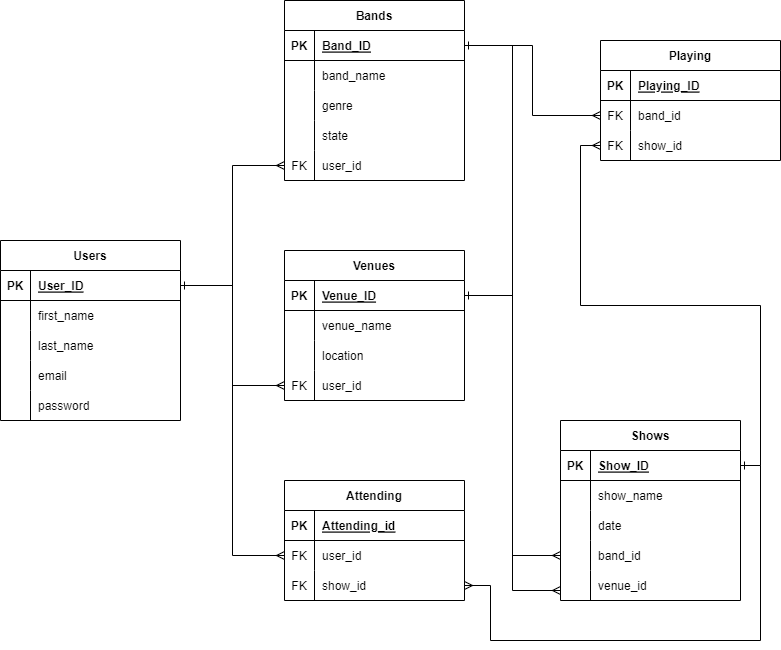
Above: docs/gig-guide-erd-final.png in Liam-M-Dev/gig-guide-api (draw.io), before the change. Source tidied: cells renumbered, new cells last; positions are measured from the earlier drawing's top-left corner, leaving out a move shared by most shapes.
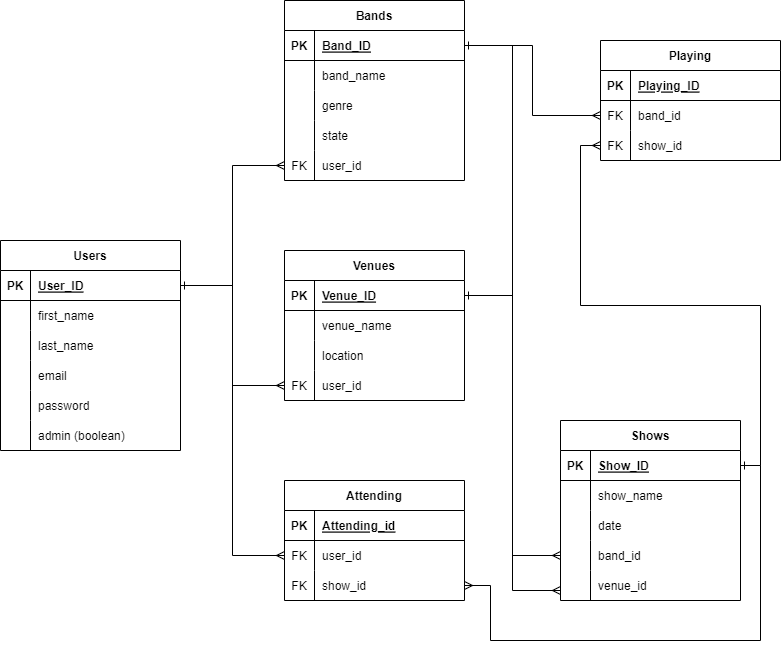
After the commit.

Diff of the diagram source:
```diff
@@ -3,7 +3,7 @@
     <mxCell id="0" />
     <mxCell id="1" parent="0" />
     <mxCell id="2" value="Users" style="shape=table;startSize=30;rowLines=0;fontStyle=1;align=center;" parent="1" vertex="1">
-      <mxGeometry y="240" width="180" height="180" as="geometry" />
+      <mxGeometry y="240" width="180" height="210" as="geometry" />
     </mxCell>
     <mxCell id="3" style="shape=tableRow;horizontal=0;startSize=0;swimlaneHead=0;swimlaneBody=0;fillColor=none;points=[[0,0.5],[1,0.5]];portConstraint=eastwest;top=0;left=0;right=0;bottom=1;" parent="2" vertex="1">
       <mxGeometry y="30" width="180" height="30" as="geometry" />
@@ -50,6 +50,15 @@
     <mxCell id="17" value="password" style="shape=partialRectangle;fillColor=none;top=0;left=0;bottom=0;right=0;align=left;spacingLeft=6;overflow=hidden;" parent="15" vertex="1">
       <mxGeometry x="30" width="150" height="30" as="geometry" />
     </mxCell>
+    <mxCell id="91" style="shape=tableRow;horizontal=0;startSize=0;swimlaneHead=0;swimlaneBody=0;fillColor=none;top=0;left=0;right=0;bottom=0;" parent="2" vertex="1">
+      <mxGeometry y="180" width="180" height="30" as="geometry" />
+    </mxCell>
+    <mxCell id="92" style="shape=partialRectangle;fillColor=none;top=0;left=0;bottom=0;right=0;overflow=hidden;" parent="91" vertex="1">
+      <mxGeometry width="30" height="30" as="geometry" />
+    </mxCell>
+    <mxCell id="93" value="admin (boolean)" style="shape=partialRectangle;fillColor=none;top=0;left=0;bottom=0;right=0;align=left;spacingLeft=6;overflow=hidden;" parent="91" vertex="1">
+      <mxGeometry x="30" width="150" height="30" as="geometry" />
+    </mxCell>
     <mxCell id="18" value="Bands" style="shape=table;startSize=30;rowLines=0;fontStyle=1;align=center;" parent="1" vertex="1">
       <mxGeometry x="284" width="180" height="180" as="geometry" />
     </mxCell>
```
